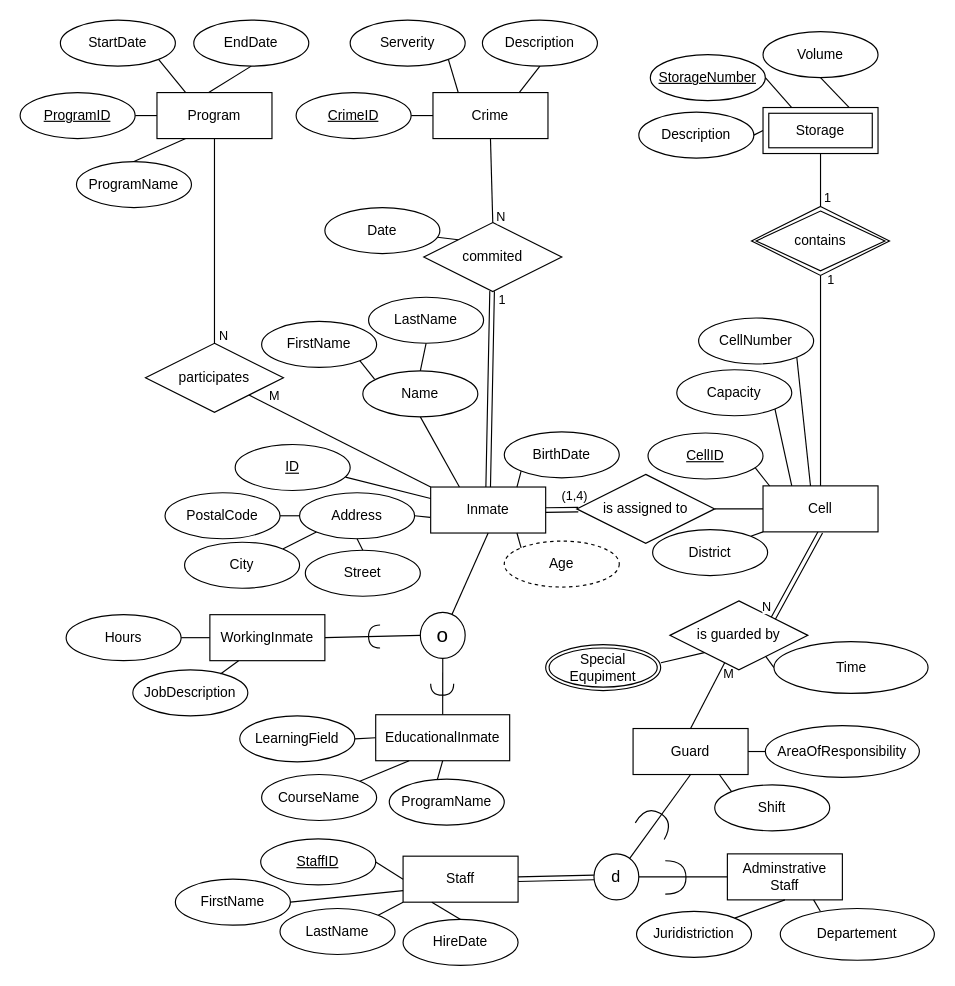
Earlier version of the draw.io diagram assets/erprison.drawio (Norman1m/MyPrison). Source tidied: cells renumbered, new cells numbered last; positions are measured from the earlier drawing's top-left corner, leaving out a move shared by most shapes. Both pictures are drawn from the tidied source at 115%, with x=0, y=0 at pixel (20, 20).
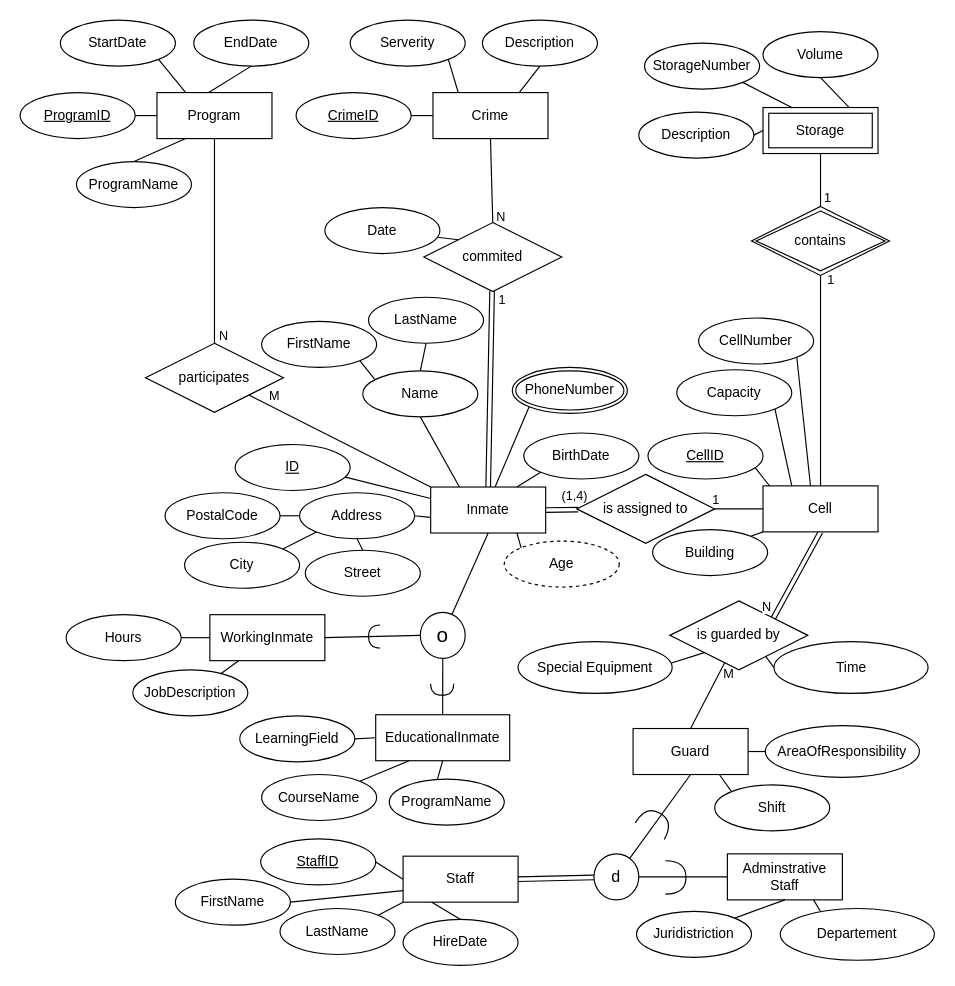
The same page after the edit.

The change refers to these unchanged cells:
```xml
<mxCell id="2" value="Inmate" style="whiteSpace=wrap;html=1;align=center;" parent="1" vertex="1">
  <mxGeometry x="357" y="406" width="100" height="40" as="geometry" />
</mxCell>
<mxCell id="12" value="is guarded by" style="shape=rhombus;perimeter=rhombusPerimeter;whiteSpace=wrap;html=1;align=center;" parent="1" vertex="1">
  <mxGeometry x="565" y="505" width="120" height="60" as="geometry" />
</mxCell>
<mxCell id="29" style="endArrow=none;html=1;rounded=0;entryX=0;entryY=0.5;entryDx=0;entryDy=0;exitX=1;exitY=0.5;exitDx=0;exitDy=0;" parent="1" edge="1" source="9" target="28">
  <mxGeometry relative="1" as="geometry" />
</mxCell>
<mxCell id="80" value="Storage" style="shape=ext;margin=3;double=1;whiteSpace=wrap;html=1;align=center;" parent="1" vertex="1">
  <mxGeometry x="646" y="76" width="100" height="40" as="geometry" />
</mxCell>
```

Diff of the diagram source:
```diff
@@
+    <mxCell id="128" value="1" style="edgeLabel;html=1;align=center;verticalAlign=middle;" parent="29" vertex="1">
+      <mxGeometry x="-0.38" y="2" relative="1" as="geometry">
+        <mxPoint x="-13" y="-7" as="offset" />
+      </mxGeometry>
+    </mxCell>
@@
-    <mxCell id="47" value="District" style="ellipse;whiteSpace=wrap;html=1;align=center;" parent="1" vertex="1">
+    <mxCell id="47" value="Building" style="ellipse;whiteSpace=wrap;html=1;align=center;" parent="1" vertex="1">
       <mxGeometry x="550" y="443" width="100" height="40" as="geometry" />
     </mxCell>
@@
-    <mxCell id="81" value="StorageNumber" style="ellipse;whiteSpace=wrap;html=1;align=center;fontStyle=4;" parent="1" vertex="1">
-      <mxGeometry x="548" y="30" width="100" height="40" as="geometry" />
-    </mxCell>
-    <mxCell id="82" style="endArrow=none;html=1;rounded=0;entryX=1;entryY=0.5;entryDx=0;entryDy=0;exitX=0.25;exitY=0;exitDx=0;exitDy=0;" parent="1" edge="1" source="80" target="81">
+    <mxCell id="82" style="endArrow=none;html=1;rounded=0;entryX=1;entryY=1;entryDx=0;entryDy=0;exitX=0.25;exitY=0;exitDx=0;exitDy=0;" parent="1" edge="1" source="80" target="81">
       <mxGeometry relative="1" as="geometry" />
     </mxCell>
@@
     <mxCell id="87" value="BirthDate" style="ellipse;whiteSpace=wrap;html=1;align=center;" parent="1" vertex="1">
-      <mxGeometry x="421" y="358" width="100" height="40" as="geometry" />
+      <mxGeometry x="438" y="359" width="100" height="40" as="geometry" />
     </mxCell>
@@
-    <mxCell id="90" value="Special Equpiment" style="ellipse;shape=doubleEllipse;margin=3;whiteSpace=wrap;html=1;align=center;" parent="1" vertex="1">
-      <mxGeometry x="457" y="543" width="100" height="40" as="geometry" />
-    </mxCell>
@@
-    <mxCell id="108" style="endArrow=none;html=1;rounded=0;entryX=1.002;entryY=0.395;entryDx=0;entryDy=0;exitX=0;exitY=1;exitDx=0;exitDy=0;entryPerimeter=0;" parent="1" edge="1" source="12" target="90">
+    <mxCell id="108" style="endArrow=none;html=1;rounded=0;entryX=0.985;entryY=0.42;entryDx=0;entryDy=0;exitX=0;exitY=1;exitDx=0;exitDy=0;entryPerimeter=0;" parent="1" edge="1" source="12" target="129">
       <mxGeometry relative="1" as="geometry" />
     </mxCell>
@@
+    <mxCell id="129" value="Special Equipment" style="ellipse;whiteSpace=wrap;html=1;align=center;" parent="1" vertex="1">
+      <mxGeometry x="433" y="540.5" width="134" height="45" as="geometry" />
+    </mxCell>
+    <mxCell id="130" style="endArrow=none;html=1;rounded=0;entryX=0;entryY=1;entryDx=0;entryDy=0;exitX=0.56;exitY=0;exitDx=0;exitDy=0;exitPerimeter=0;" parent="1" edge="1" source="2" target="131">
+      <mxGeometry relative="1" as="geometry" />
+    </mxCell>
+    <mxCell id="131" value="PhoneNumber" style="ellipse;shape=doubleEllipse;margin=3;whiteSpace=wrap;html=1;align=center;" parent="1" vertex="1">
+      <mxGeometry x="428" y="302" width="100" height="40" as="geometry" />
+    </mxCell>
+    <mxCell id="81" value="StorageNumber" style="ellipse;whiteSpace=wrap;html=1;align=center;" parent="1" vertex="1">
+      <mxGeometry x="543" y="20" width="100" height="40" as="geometry" />
+    </mxCell>
```
